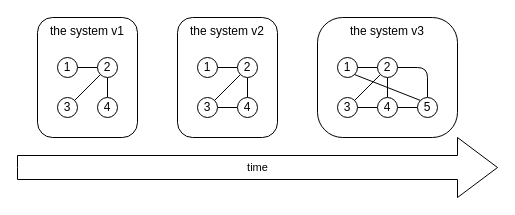
Above: doc/system-architecture-evolving.drawio in r-uu/r-uu (draw.io), before the change. Source tidied: cells renumbered, new cells numbered last; positions are measured from the earlier drawing's top-left corner, leaving out a move shared by most shapes. Both pictures are drawn from the tidied source at 100%, with x=0, y=0 at pixel (17, 17).
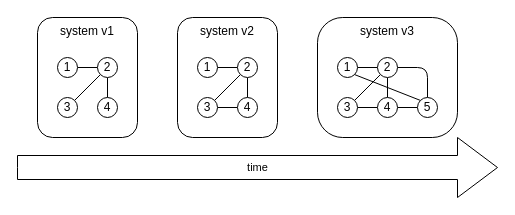
The same diagram, later.

Diff of the diagram source:
```diff
@@
-    <mxCell id="3" value="the system v1" style="rounded=1;whiteSpace=wrap;html=1;fillColor=none;verticalAlign=top;" parent="1" vertex="1">
+    <mxCell id="3" value="system v1" style="rounded=1;whiteSpace=wrap;html=1;fillColor=none;verticalAlign=top;" parent="1" vertex="1">
       <mxGeometry x="20" width="100" height="120" as="geometry" />
     </mxCell>
@@
-    <mxCell id="11" value="the system v2" style="rounded=1;whiteSpace=wrap;html=1;fillColor=none;verticalAlign=top;" parent="1" vertex="1">
+    <mxCell id="11" value="system v2" style="rounded=1;whiteSpace=wrap;html=1;fillColor=none;verticalAlign=top;" parent="1" vertex="1">
       <mxGeometry x="160" width="100" height="120" as="geometry" />
     </mxCell>
@@
-    <mxCell id="20" value="the system v3" style="rounded=1;whiteSpace=wrap;html=1;fillColor=none;verticalAlign=top;arcSize=21;" parent="1" vertex="1">
+    <mxCell id="20" value="system v3" style="rounded=1;whiteSpace=wrap;html=1;fillColor=none;verticalAlign=top;arcSize=21;" parent="1" vertex="1">
       <mxGeometry x="300" width="140" height="120" as="geometry" />
     </mxCell>
```
